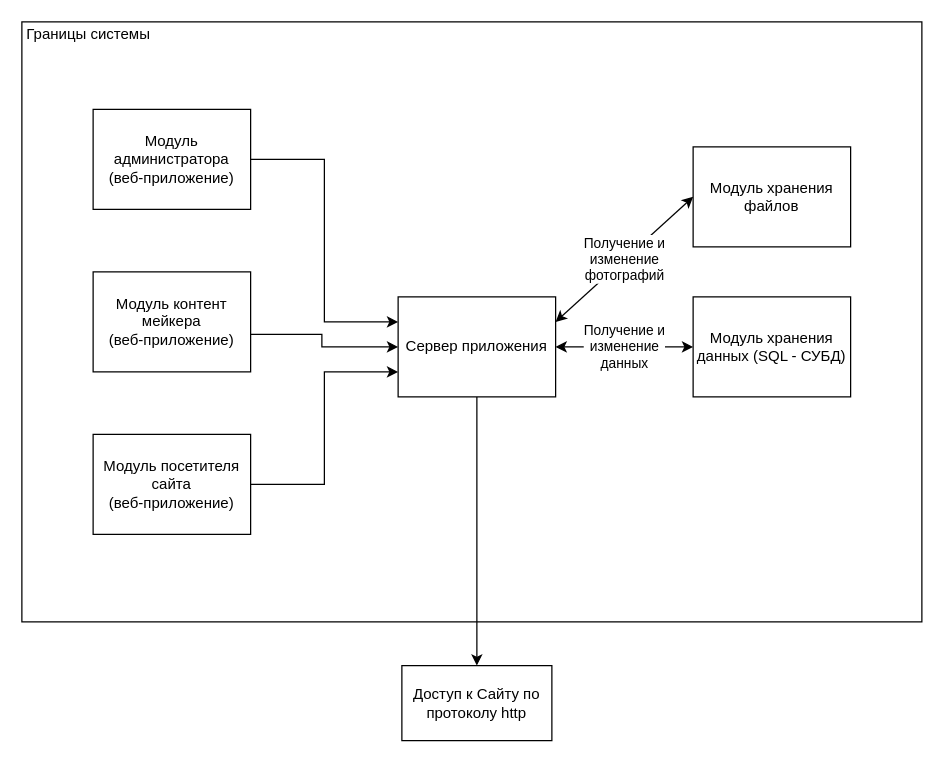
Before: page "ТЗ - структура сис" (1 of 4) of docs/Diagrams.drawio in NativCos/CSF.Semestr6.TPO, a draw.io diagram. Source tidied: cells renumbered, new cells numbered last; positions are measured from the earlier drawing's top-left corner, leaving out a move shared by most shapes. Both pictures are drawn from the tidied source at 125%, with x=0, y=0 at pixel (21, 21).
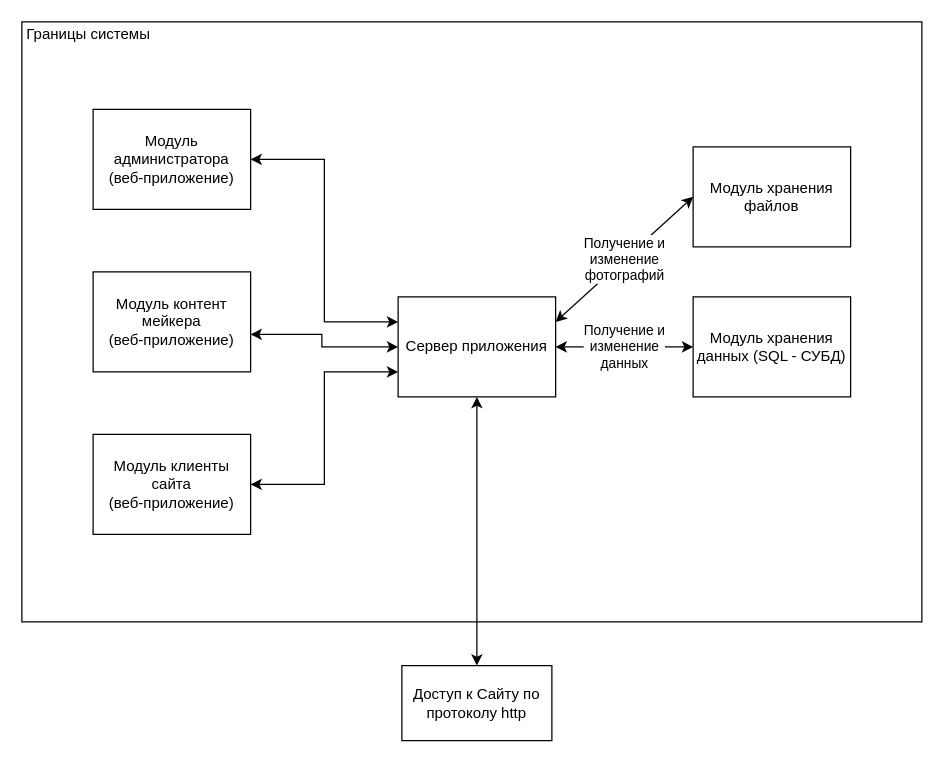
After the change.

The edit, as a diff of the source:
```diff
@@
 <mxGraphModel>
   <root>
     <mxCell id="0" />
     <mxCell id="1" parent="0" />
     <mxCell id="2" style="rounded=0;whiteSpace=wrap;html=1;align=left;" parent="1" vertex="1">
       <mxGeometry width="720" height="480" as="geometry" />
     </mxCell>
     <mxCell id="3" value="Границы системы" style="text;html=1;strokeColor=none;fillColor=none;align=center;verticalAlign=middle;whiteSpace=wrap;rounded=0;" parent="1" vertex="1">
       <mxGeometry width="107" height="20" as="geometry" />
     </mxCell>
-    <mxCell id="4" style="edgeStyle=orthogonalEdgeStyle;rounded=0;jettySize=auto;html=1;entryX=0.5;entryY=0;entryDx=0;entryDy=0;" parent="1" edge="1" source="5" target="14">
+    <mxCell id="4" style="edgeStyle=orthogonalEdgeStyle;rounded=0;jettySize=auto;html=1;entryX=0.5;entryY=0;entryDx=0;entryDy=0;startArrow=classic;startFill=1;" parent="1" edge="1" source="5" target="14">
       <mxGeometry relative="1" as="geometry" />
     </mxCell>
     <mxCell id="5" value="Сервер приложения" style="rounded=0;whiteSpace=wrap;html=1;" parent="1" vertex="1">
       <mxGeometry x="301" y="220" width="126" height="80" as="geometry" />
     </mxCell>
     <mxCell id="6" value="Модуль хранения данных (SQL - СУБД)" style="rounded=0;whiteSpace=wrap;html=1;" parent="1" vertex="1">
       <mxGeometry x="537" y="220" width="126" height="80" as="geometry" />
     </mxCell>
-    <mxCell id="7" style="edgeStyle=orthogonalEdgeStyle;rounded=0;jettySize=auto;html=1;entryX=0;entryY=0.25;entryDx=0;entryDy=0;" parent="1" edge="1" source="8" target="5">
+    <mxCell id="7" style="edgeStyle=orthogonalEdgeStyle;rounded=0;jettySize=auto;html=1;entryX=0;entryY=0.25;entryDx=0;entryDy=0;startArrow=classic;startFill=1;" parent="1" edge="1" source="8" target="5">
       <mxGeometry relative="1" as="geometry" />
     </mxCell>
     <mxCell id="8" value="&lt;div&gt;Модуль администратора&lt;/div&gt;&lt;div&gt;(веб-приложение)&lt;br&gt;&lt;/div&gt;" style="rounded=0;whiteSpace=wrap;html=1;" parent="1" vertex="1">
       <mxGeometry x="57" y="70" width="126" height="80" as="geometry" />
     </mxCell>
-    <mxCell id="9" style="edgeStyle=orthogonalEdgeStyle;rounded=0;jettySize=auto;html=1;entryX=0;entryY=0.5;entryDx=0;entryDy=0;" parent="1" edge="1" source="10" target="5">
+    <mxCell id="9" style="edgeStyle=orthogonalEdgeStyle;rounded=0;jettySize=auto;html=1;entryX=0;entryY=0.5;entryDx=0;entryDy=0;startArrow=classic;startFill=1;" parent="1" edge="1" source="10" target="5">
       <mxGeometry relative="1" as="geometry">
         <Array as="points">
           <mxPoint x="240" y="250" />
           <mxPoint x="240" y="260" />
         </Array>
       </mxGeometry>
     </mxCell>
     <mxCell id="10" value="&lt;div&gt;Модуль контент мейкера&lt;br&gt;&lt;/div&gt;&lt;div&gt;(веб-приложение)&lt;br&gt;&lt;/div&gt;" style="rounded=0;whiteSpace=wrap;html=1;" parent="1" vertex="1">
       <mxGeometry x="57" y="200" width="126" height="80" as="geometry" />
     </mxCell>
-    <mxCell id="11" style="edgeStyle=orthogonalEdgeStyle;rounded=0;jettySize=auto;html=1;entryX=0;entryY=0.75;entryDx=0;entryDy=0;" parent="1" edge="1" source="12" target="5">
+    <mxCell id="11" style="edgeStyle=orthogonalEdgeStyle;rounded=0;jettySize=auto;html=1;entryX=0;entryY=0.75;entryDx=0;entryDy=0;startArrow=classic;startFill=1;" parent="1" edge="1" source="12" target="5">
       <mxGeometry relative="1" as="geometry" />
     </mxCell>
-    <mxCell id="12" value="&lt;div&gt;Модуль посетителя сайта&lt;br&gt;&lt;/div&gt;&lt;div&gt;(веб-приложение)&lt;br&gt;&lt;/div&gt;" style="rounded=0;whiteSpace=wrap;html=1;" parent="1" vertex="1">
+    <mxCell id="12" value="&lt;div&gt;Модуль клиенты сайта&lt;br&gt;&lt;/div&gt;&lt;div&gt;(веб-приложение)&lt;br&gt;&lt;/div&gt;" style="rounded=0;whiteSpace=wrap;html=1;" parent="1" vertex="1">
       <mxGeometry x="57" y="330" width="126" height="80" as="geometry" />
     </mxCell>
     <mxCell id="13" value="&lt;div&gt;Получение и &lt;br&gt;&lt;/div&gt;&lt;div&gt;изменение &lt;br&gt;&lt;/div&gt;&lt;div&gt;данных&lt;br&gt;&lt;/div&gt;" style="endArrow=classic;startArrow=classic;html=1;exitX=1;exitY=0.5;exitDx=0;exitDy=0;" parent="1" edge="1" source="5" target="6">
       <mxGeometry relative="1" as="geometry" />
     </mxCell>
     <mxCell id="14" value="Доступ к Сайту по протоколу http" style="rounded=0;whiteSpace=wrap;html=1;" parent="1" vertex="1">
       <mxGeometry x="304" y="515" width="120" height="60" as="geometry" />
     </mxCell>
     <mxCell id="15" value="Модуль хранения файлов" style="rounded=0;whiteSpace=wrap;html=1;" parent="1" vertex="1">
       <mxGeometry x="537" y="100" width="126" height="80" as="geometry" />
     </mxCell>
     <mxCell id="16" value="&lt;div&gt;Получение и &lt;br&gt;&lt;/div&gt;&lt;div&gt;изменение&lt;/div&gt;&lt;div&gt;фотографий&lt;/div&gt;" style="endArrow=classic;startArrow=classic;html=1;entryX=0;entryY=0.5;entryDx=0;entryDy=0;exitX=1;exitY=0.25;exitDx=0;exitDy=0;" parent="1" edge="1" source="5" target="15">
       <mxGeometry relative="1" as="geometry" />
     </mxCell>
   </root>
 </mxGraphModel>
```
